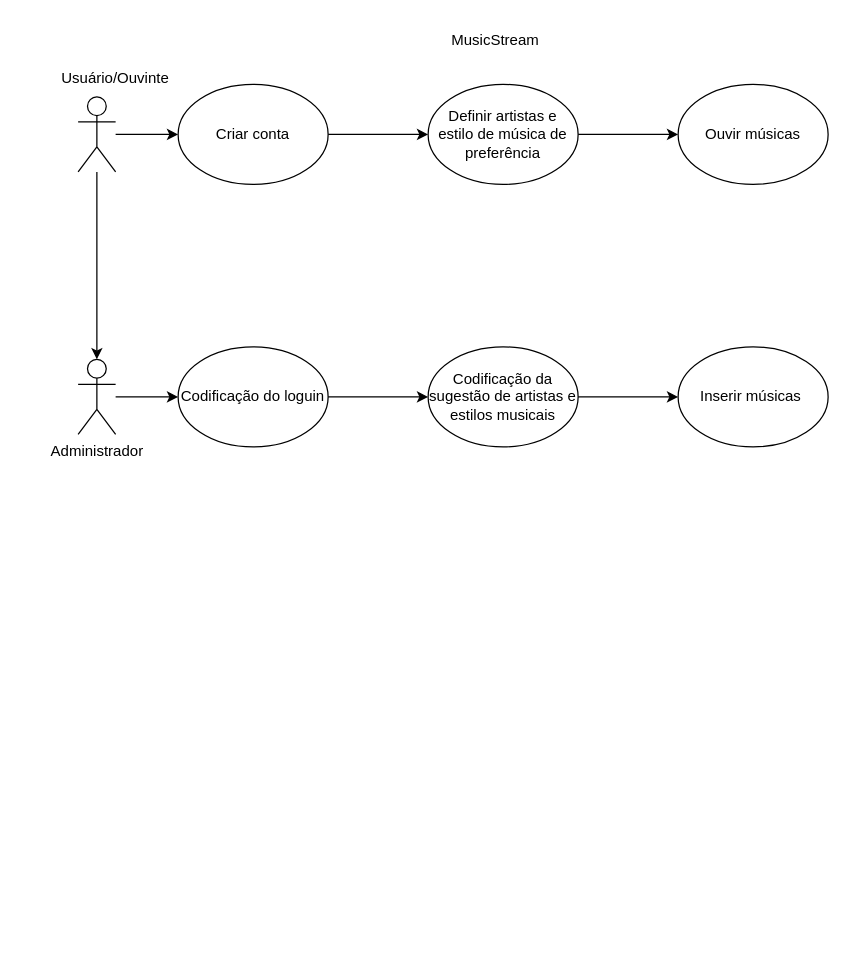
Before: Diagrama - Desafio PO.drawio in Wellysson-Nascimento/Desafio-PO, a draw.io diagram. Source tidied: cells renumbered, new cells numbered last; positions are measured from the earlier drawing's top-left corner, leaving out a move shared by most shapes. Both pictures are drawn from the tidied source at 125%, with x=0, y=0 at pixel (78, 21).
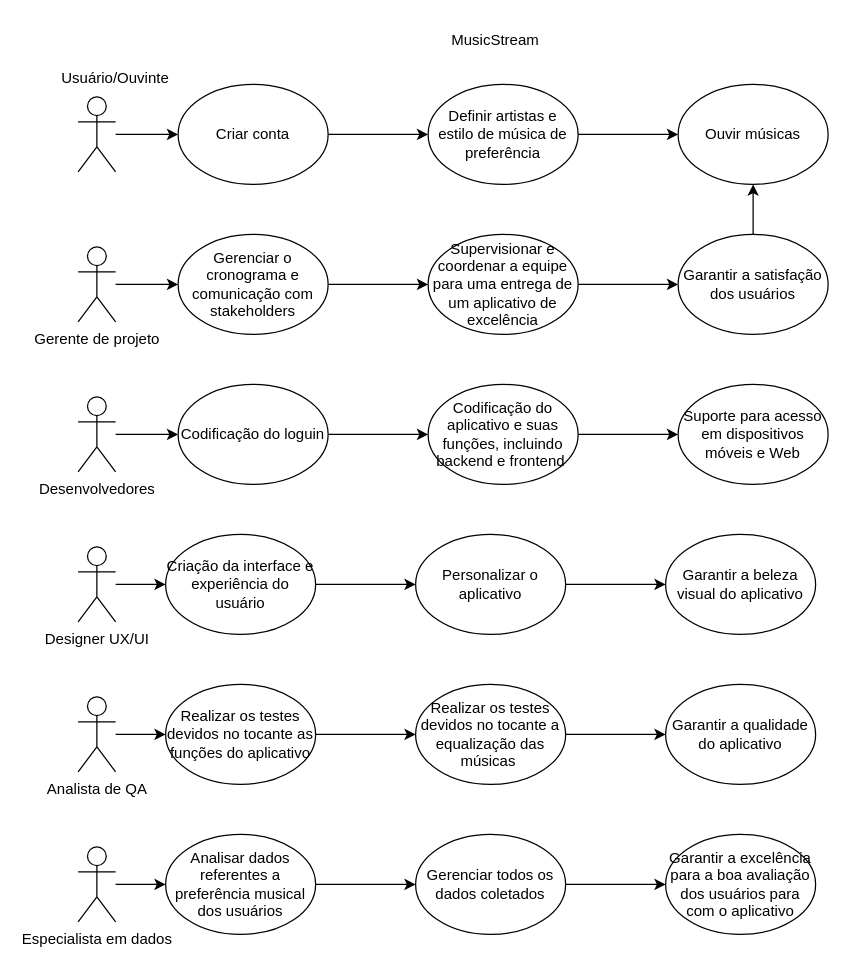
The same page after the edit.

The change refers to these unchanged cells:
```xml
<mxCell id="4" style="shape=umlActor;verticalLabelPosition=bottom;verticalAlign=top;html=1;outlineConnect=0;" parent="1" vertex="1">
  <mxGeometry y="60" width="30" height="60" as="geometry" />
</mxCell>
<mxCell id="12" value="Ouvir músicas" style="ellipse;whiteSpace=wrap;html=1;" parent="1" vertex="1">
  <mxGeometry x="480" y="50" width="120" height="80" as="geometry" />
</mxCell>
```

The edit, as a diff of the source:
```diff
@@
-    <mxCell id="2" style="edgeStyle=orthogonalEdgeStyle;rounded=0;jettySize=auto;html=1;" parent="1" edge="1" source="4" target="7">
-      <mxGeometry relative="1" as="geometry" />
-    </mxCell>
@@
-    <mxCell id="7" value="Administrador" style="shape=umlActor;verticalLabelPosition=bottom;verticalAlign=top;html=1;outlineConnect=0;" parent="1" vertex="1">
-      <mxGeometry y="270" width="30" height="60" as="geometry" />
+    <mxCell id="7" value="Gerente de projeto" style="shape=umlActor;verticalLabelPosition=bottom;verticalAlign=top;html=1;outlineConnect=0;" parent="1" vertex="1">
+      <mxGeometry y="180" width="30" height="60" as="geometry" />
     </mxCell>
@@
-    <mxCell id="14" value="Codificação do loguin" style="ellipse;whiteSpace=wrap;html=1;" parent="1" vertex="1">
-      <mxGeometry x="80" y="260" width="120" height="80" as="geometry" />
+    <mxCell id="14" value="Gerenciar o cronograma e comunicação com stakeholders" style="ellipse;whiteSpace=wrap;html=1;" parent="1" vertex="1">
+      <mxGeometry x="80" y="170" width="120" height="80" as="geometry" />
     </mxCell>
@@
-    <mxCell id="16" value="Codificação da sugestão de artistas e estilos musicais" style="ellipse;whiteSpace=wrap;html=1;" parent="1" vertex="1">
-      <mxGeometry x="280" y="260" width="120" height="80" as="geometry" />
+    <mxCell id="16" value="Supervisionar e coordenar a equipe para uma entrega de um aplicativo de excelência" style="ellipse;whiteSpace=wrap;html=1;" parent="1" vertex="1">
+      <mxGeometry x="280" y="170" width="120" height="80" as="geometry" />
     </mxCell>
+    <mxCell id="19" style="edgeStyle=orthogonalEdgeStyle;rounded=0;jettySize=auto;html=1;" parent="1" edge="1" source="17" target="12">
+      <mxGeometry relative="1" as="geometry" />
+    </mxCell>
-    <mxCell id="17" value="Inserir músicas&amp;nbsp;" style="ellipse;whiteSpace=wrap;html=1;" parent="1" vertex="1">
-      <mxGeometry x="480" y="260" width="120" height="80" as="geometry" />
+    <mxCell id="17" value="Garantir a satisfação dos usuários" style="ellipse;whiteSpace=wrap;html=1;" parent="1" vertex="1">
+      <mxGeometry x="480" y="170" width="120" height="80" as="geometry" />
     </mxCell>
@@
+    <mxCell id="20" style="edgeStyle=orthogonalEdgeStyle;rounded=0;jettySize=auto;html=1;" parent="1" edge="1" source="21" target="23">
+      <mxGeometry relative="1" as="geometry" />
+    </mxCell>
+    <mxCell id="21" value="Desenvolvedores" style="shape=umlActor;verticalLabelPosition=bottom;verticalAlign=top;html=1;outlineConnect=0;" parent="1" vertex="1">
+      <mxGeometry y="300" width="30" height="60" as="geometry" />
+    </mxCell>
+    <mxCell id="22" style="edgeStyle=orthogonalEdgeStyle;rounded=0;jettySize=auto;html=1;" parent="1" edge="1" source="23" target="25">
+      <mxGeometry relative="1" as="geometry" />
+    </mxCell>
+    <mxCell id="23" value="Codificação do loguin" style="ellipse;whiteSpace=wrap;html=1;" parent="1" vertex="1">
+      <mxGeometry x="80" y="290" width="120" height="80" as="geometry" />
+    </mxCell>
+    <mxCell id="24" style="edgeStyle=orthogonalEdgeStyle;rounded=0;jettySize=auto;html=1;" parent="1" edge="1" source="25" target="26">
+      <mxGeometry relative="1" as="geometry" />
+    </mxCell>
+    <mxCell id="25" value="Codificação do aplicativo e suas funções, incluindo backend e frontend&amp;nbsp;" style="ellipse;whiteSpace=wrap;html=1;" parent="1" vertex="1">
+      <mxGeometry x="280" y="290" width="120" height="80" as="geometry" />
+    </mxCell>
+    <mxCell id="26" value="Suporte para acesso em dispositivos móveis e Web" style="ellipse;whiteSpace=wrap;html=1;" parent="1" vertex="1">
+      <mxGeometry x="480" y="290" width="120" height="80" as="geometry" />
+    </mxCell>
+    <mxCell id="27" style="edgeStyle=orthogonalEdgeStyle;rounded=0;jettySize=auto;html=1;" parent="1" edge="1" source="28" target="30">
+      <mxGeometry relative="1" as="geometry" />
+    </mxCell>
+    <mxCell id="28" value="Designer UX/UI" style="shape=umlActor;verticalLabelPosition=bottom;verticalAlign=top;html=1;outlineConnect=0;" parent="1" vertex="1">
+      <mxGeometry y="420" width="30" height="60" as="geometry" />
+    </mxCell>
+    <mxCell id="29" style="edgeStyle=orthogonalEdgeStyle;rounded=0;jettySize=auto;html=1;" parent="1" edge="1" source="30" target="32">
+      <mxGeometry relative="1" as="geometry" />
+    </mxCell>
+    <mxCell id="30" value="Criação da interface e experiência do usuário" style="ellipse;whiteSpace=wrap;html=1;" parent="1" vertex="1">
+      <mxGeometry x="70" y="410" width="120" height="80" as="geometry" />
+    </mxCell>
+    <mxCell id="31" style="edgeStyle=orthogonalEdgeStyle;rounded=0;jettySize=auto;html=1;" parent="1" edge="1" source="32" target="33">
+      <mxGeometry relative="1" as="geometry" />
+    </mxCell>
+    <mxCell id="32" value="Personalizar o aplicativo" style="ellipse;whiteSpace=wrap;html=1;" parent="1" vertex="1">
+      <mxGeometry x="270" y="410" width="120" height="80" as="geometry" />
+    </mxCell>
+    <mxCell id="33" value="Garantir a beleza visual do aplicativo" style="ellipse;whiteSpace=wrap;html=1;" parent="1" vertex="1">
+      <mxGeometry x="470" y="410" width="120" height="80" as="geometry" />
+    </mxCell>
+    <mxCell id="34" style="edgeStyle=orthogonalEdgeStyle;rounded=0;jettySize=auto;html=1;" parent="1" edge="1" source="35" target="37">
+      <mxGeometry relative="1" as="geometry" />
+    </mxCell>
+    <mxCell id="35" value="Analista de QA" style="shape=umlActor;verticalLabelPosition=bottom;verticalAlign=top;html=1;outlineConnect=0;" parent="1" vertex="1">
+      <mxGeometry y="540" width="30" height="60" as="geometry" />
+    </mxCell>
+    <mxCell id="36" style="edgeStyle=orthogonalEdgeStyle;rounded=0;jettySize=auto;html=1;" parent="1" edge="1" source="37" target="39">
+      <mxGeometry relative="1" as="geometry" />
+    </mxCell>
+    <mxCell id="37" value="Realizar os testes devidos no tocante as funções do aplicativo" style="ellipse;whiteSpace=wrap;html=1;" parent="1" vertex="1">
+      <mxGeometry x="70" y="530" width="120" height="80" as="geometry" />
+    </mxCell>
+    <mxCell id="38" style="edgeStyle=orthogonalEdgeStyle;rounded=0;jettySize=auto;html=1;" parent="1" edge="1" source="39" target="40">
+      <mxGeometry relative="1" as="geometry" />
+    </mxCell>
+    <mxCell id="39" value="Realizar os testes devidos no tocante a equalização das músicas&amp;nbsp;" style="ellipse;whiteSpace=wrap;html=1;" parent="1" vertex="1">
+      <mxGeometry x="270" y="530" width="120" height="80" as="geometry" />
+    </mxCell>
+    <mxCell id="40" value="Garantir a qualidade do aplicativo" style="ellipse;whiteSpace=wrap;html=1;" parent="1" vertex="1">
+      <mxGeometry x="470" y="530" width="120" height="80" as="geometry" />
+    </mxCell>
+    <mxCell id="41" style="edgeStyle=orthogonalEdgeStyle;rounded=0;jettySize=auto;html=1;" parent="1" edge="1" source="42" target="44">
+      <mxGeometry relative="1" as="geometry" />
+    </mxCell>
+    <mxCell id="42" value="Especialista em dados" style="shape=umlActor;verticalLabelPosition=bottom;verticalAlign=top;html=1;outlineConnect=0;" parent="1" vertex="1">
+      <mxGeometry y="660" width="30" height="60" as="geometry" />
+    </mxCell>
+    <mxCell id="43" style="edgeStyle=orthogonalEdgeStyle;rounded=0;jettySize=auto;html=1;" parent="1" edge="1" source="44" target="46">
+      <mxGeometry relative="1" as="geometry" />
+    </mxCell>
+    <mxCell id="44" value="Analisar dados referentes a preferência musical dos usuários" style="ellipse;whiteSpace=wrap;html=1;" parent="1" vertex="1">
+      <mxGeometry x="70" y="650" width="120" height="80" as="geometry" />
+    </mxCell>
+    <mxCell id="45" style="edgeStyle=orthogonalEdgeStyle;rounded=0;jettySize=auto;html=1;" parent="1" edge="1" source="46" target="47">
+      <mxGeometry relative="1" as="geometry" />
+    </mxCell>
+    <mxCell id="46" value="Gerenciar todos os dados coletados" style="ellipse;whiteSpace=wrap;html=1;" parent="1" vertex="1">
+      <mxGeometry x="270" y="650" width="120" height="80" as="geometry" />
+    </mxCell>
+    <mxCell id="47" value="Garantir a excelência para a boa avaliação dos usuários para com o aplicativo" style="ellipse;whiteSpace=wrap;html=1;" parent="1" vertex="1">
+      <mxGeometry x="470" y="650" width="120" height="80" as="geometry" />
+    </mxCell>
```
